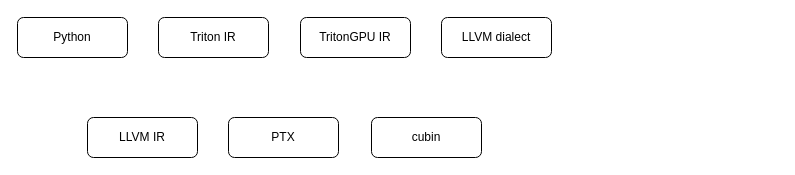
The draw.io diagram triton-introduction.drawio in Superjomn/_tmp_images, before the edit. Source tidied: cells renumbered, new cells numbered last; positions are measured from the earlier drawing's top-left corner, leaving out a move shared by most shapes. Both pictures are drawn from the tidied source at 100%, with x=0, y=0 at pixel (17, 17).
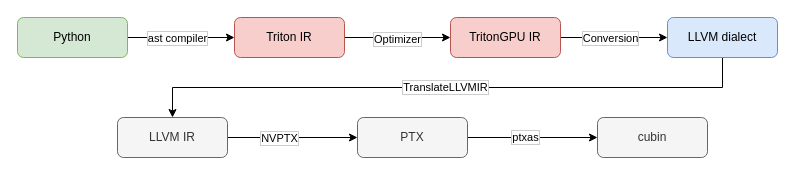
After the change.

What changed in the source:
```diff
@@
+    <mxCell id="9" style="edgeStyle=orthogonalEdgeStyle;rounded=0;jettySize=auto;html=1;" parent="1" edge="1" source="2" target="3">
+      <mxGeometry relative="1" as="geometry" />
+    </mxCell>
+    <mxCell id="10" value="ast compiler" style="edgeLabel;html=1;align=center;verticalAlign=middle;labelBorderColor=#CCCCCC;" parent="9" vertex="1">
+      <mxGeometry x="-0.14" relative="1" as="geometry">
+        <mxPoint x="3" as="offset" />
+      </mxGeometry>
+    </mxCell>
-    <mxCell id="2" value="Python" style="rounded=1;whiteSpace=wrap;html=1;" parent="1" vertex="1">
+    <mxCell id="2" value="Python" style="rounded=1;whiteSpace=wrap;html=1;fillColor=#d5e8d4;strokeColor=#82b366;" parent="1" vertex="1">
       <mxGeometry width="110" height="40" as="geometry" />
     </mxCell>
+    <mxCell id="11" style="edgeStyle=orthogonalEdgeStyle;rounded=0;jettySize=auto;html=1;" parent="1" edge="1" source="3" target="4">
+      <mxGeometry relative="1" as="geometry" />
+    </mxCell>
+    <mxCell id="12" value="Optimizer" style="edgeLabel;html=1;align=center;verticalAlign=middle;labelBorderColor=#CCCCCC;" parent="11" vertex="1">
+      <mxGeometry x="-0.02" y="-1" relative="1" as="geometry" />
+    </mxCell>
-    <mxCell id="3" value="Triton IR" style="rounded=1;whiteSpace=wrap;html=1;" parent="1" vertex="1">
-      <mxGeometry x="141" width="110" height="40" as="geometry" />
+    <mxCell id="3" value="Triton IR" style="rounded=1;whiteSpace=wrap;html=1;fillColor=#f8cecc;strokeColor=#b85450;" parent="1" vertex="1">
+      <mxGeometry x="217" width="110" height="40" as="geometry" />
     </mxCell>
+    <mxCell id="13" style="edgeStyle=orthogonalEdgeStyle;rounded=0;jettySize=auto;html=1;" parent="1" edge="1" source="4" target="5">
+      <mxGeometry relative="1" as="geometry" />
+    </mxCell>
+    <mxCell id="14" value="Conversion" style="edgeLabel;html=1;align=center;verticalAlign=middle;labelBorderColor=#CCCCCC;" parent="13" vertex="1">
+      <mxGeometry x="-0.08" relative="1" as="geometry" />
+    </mxCell>
-    <mxCell id="4" value="TritonGPU IR" style="rounded=1;whiteSpace=wrap;html=1;" parent="1" vertex="1">
-      <mxGeometry x="283" width="110" height="40" as="geometry" />
+    <mxCell id="4" value="TritonGPU IR" style="rounded=1;whiteSpace=wrap;html=1;fillColor=#f8cecc;strokeColor=#b85450;" parent="1" vertex="1">
+      <mxGeometry x="433" width="110" height="40" as="geometry" />
     </mxCell>
+    <mxCell id="15" style="edgeStyle=orthogonalEdgeStyle;rounded=0;jettySize=auto;html=1;exitX=0.5;exitY=1;exitDx=0;exitDy=0;entryX=0.5;entryY=0;entryDx=0;entryDy=0;" parent="1" edge="1" source="5" target="6">
+      <mxGeometry relative="1" as="geometry" />
+    </mxCell>
+    <mxCell id="16" value="TranslateLLVMIR" style="edgeLabel;html=1;align=center;verticalAlign=middle;labelBorderColor=#CCCCCC;" parent="15" vertex="1">
+      <mxGeometry x="0.01" y="-1" relative="1" as="geometry" />
+    </mxCell>
-    <mxCell id="5" value="LLVM dialect" style="rounded=1;whiteSpace=wrap;html=1;" parent="1" vertex="1">
-      <mxGeometry x="424" width="110" height="40" as="geometry" />
+    <mxCell id="5" value="LLVM dialect" style="rounded=1;whiteSpace=wrap;html=1;fillColor=#dae8fc;strokeColor=#6c8ebf;" parent="1" vertex="1">
+      <mxGeometry x="650" width="110" height="40" as="geometry" />
     </mxCell>
+    <mxCell id="17" style="edgeStyle=orthogonalEdgeStyle;rounded=0;jettySize=auto;html=1;" parent="1" edge="1" source="6" target="7">
+      <mxGeometry relative="1" as="geometry" />
+    </mxCell>
+    <mxCell id="18" value="NVPTX" style="edgeLabel;html=1;align=center;verticalAlign=middle;labelBorderColor=#CCCCCC;" parent="17" vertex="1">
+      <mxGeometry x="-0.22" relative="1" as="geometry" />
+    </mxCell>
-    <mxCell id="6" value="LLVM IR" style="rounded=1;whiteSpace=wrap;html=1;" parent="1" vertex="1">
-      <mxGeometry x="70" y="100" width="110" height="40" as="geometry" />
+    <mxCell id="6" value="LLVM IR" style="rounded=1;whiteSpace=wrap;html=1;fillColor=#f5f5f5;fontColor=#333333;strokeColor=#666666;" parent="1" vertex="1">
+      <mxGeometry x="100" y="100" width="110" height="40" as="geometry" />
     </mxCell>
+    <mxCell id="19" style="edgeStyle=orthogonalEdgeStyle;rounded=0;jettySize=auto;html=1;" parent="1" edge="1" source="7" target="8">
+      <mxGeometry relative="1" as="geometry" />
+    </mxCell>
+    <mxCell id="20" value="ptxas" style="edgeLabel;html=1;align=center;verticalAlign=middle;labelBorderColor=#CCCCCC;" parent="19" vertex="1">
+      <mxGeometry x="-0.12" y="1" relative="1" as="geometry" />
+    </mxCell>
-    <mxCell id="7" value="PTX" style="rounded=1;whiteSpace=wrap;html=1;" parent="1" vertex="1">
-      <mxGeometry x="211" y="100" width="110" height="40" as="geometry" />
+    <mxCell id="7" value="PTX" style="rounded=1;whiteSpace=wrap;html=1;fillColor=#f5f5f5;fontColor=#333333;strokeColor=#666666;" parent="1" vertex="1">
+      <mxGeometry x="340" y="100" width="110" height="40" as="geometry" />
     </mxCell>
-    <mxCell id="8" value="cubin" style="rounded=1;whiteSpace=wrap;html=1;" parent="1" vertex="1">
-      <mxGeometry x="354" y="100" width="110" height="40" as="geometry" />
+    <mxCell id="8" value="cubin" style="rounded=1;whiteSpace=wrap;html=1;fillColor=#f5f5f5;fontColor=#333333;strokeColor=#666666;" parent="1" vertex="1">
+      <mxGeometry x="580" y="100" width="110" height="40" as="geometry" />
     </mxCell>
```
